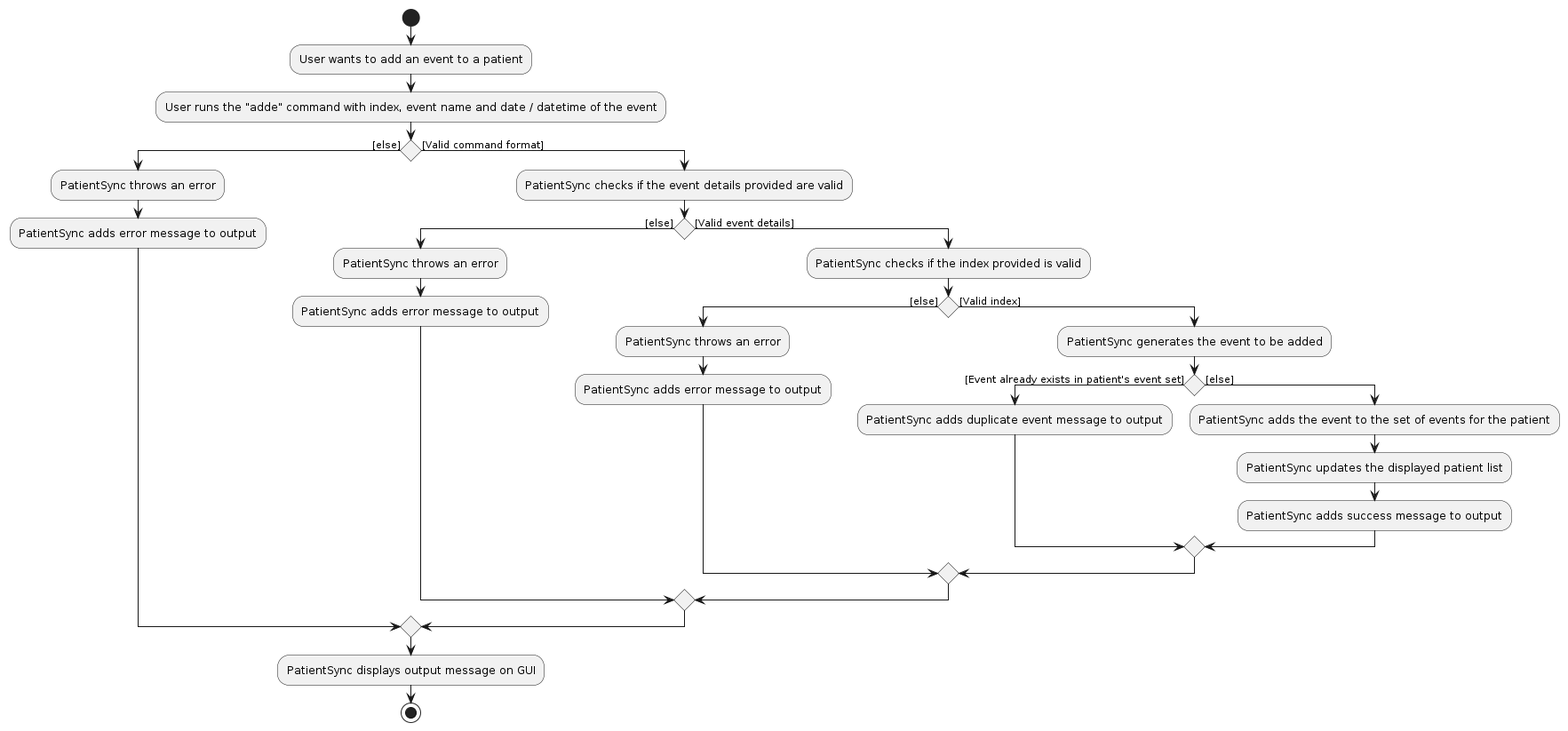
This is diagrams/AddEventActivityDiagram.png from NeoHW/tp, a PlantUML export, as it was before one commit. Its source is kept beside it as diagrams/AddEventActivityDiagram.puml.
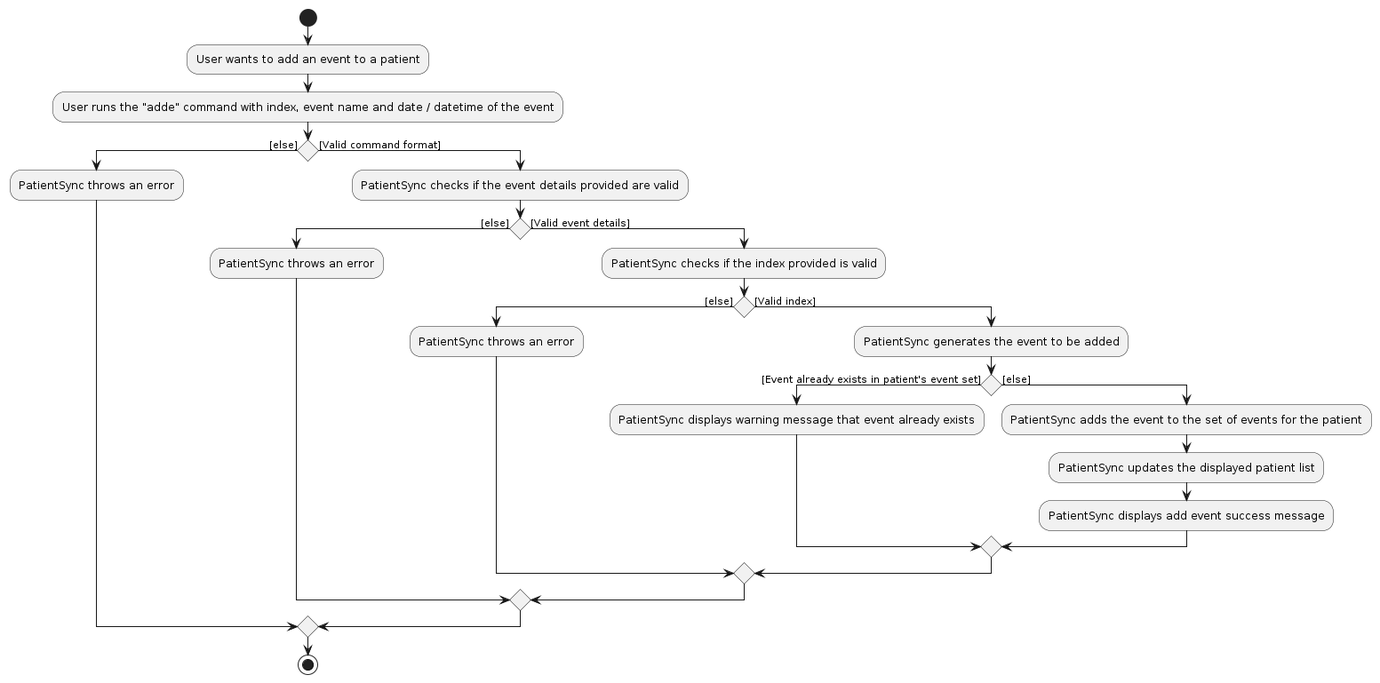
The same file after the commit.

Diff of the diagram source:
```diff
@@ -4,29 +4,25 @@
 :User runs the "adde" command with index, event name and date / datetime of the event;
 if () then ([else])
     :PatientSync throws an error;
-    :PatientSync adds error message to output;
 else ([Valid command format])
     :PatientSync checks if the event details provided are valid;
     if () then ([else])
         :PatientSync throws an error;
-        :PatientSync adds error message to output;
     else ([Valid event details])
         :PatientSync checks if the index provided is valid;
         if () then ([else])
             :PatientSync throws an error;
-            :PatientSync adds error message to output;
         else ([Valid index])
             :PatientSync generates the event to be added;
             if () then ([Event already exists in patient's event set])
-                :PatientSync adds duplicate event message to output;
+                :PatientSync displays warning message that event already exists;
             else ([else])
                 :PatientSync adds the event to the set of events for the patient;
                 :PatientSync updates the displayed patient list;
-                :PatientSync adds success message to output;
+                :PatientSync displays add event success message;
             endif
         endif
     endif
 endif
-:PatientSync displays output message on GUI;
 stop
 @enduml
```
